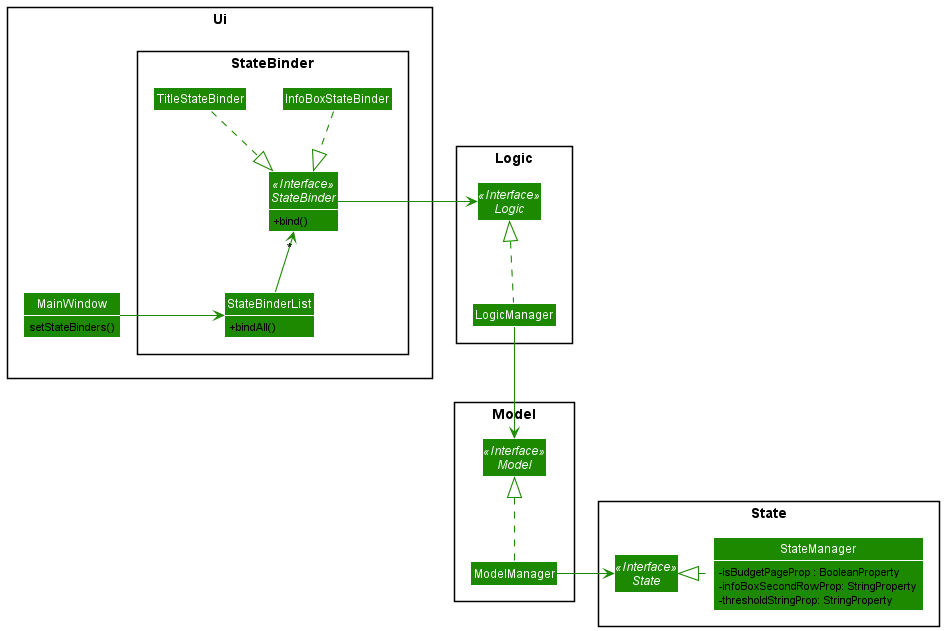
Before: docs/images/StateBinders_State_Class_Diagram.png, a diagram exported from PlantUML (yu-ming-chen/tp).
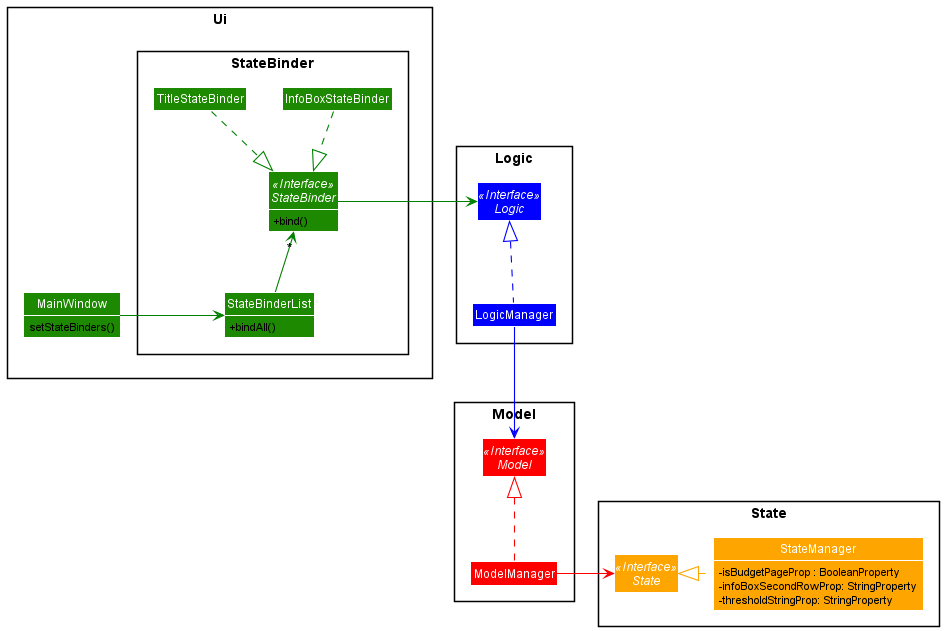
The same diagram one commit later.

Change to the diagram source:
```diff
@@ -1,12 +1,11 @@
 @startuml
 !include style.puml
 skinparam arrowThickness 1.1
-skinparam arrowColor UI_COLOR
 skinparam classBackgroundColor UI_COLOR
 
 Package State {
-Interface State <<Interface>>
-Class StateManager {
+Interface State <<Interface>> #Orange
+Class StateManager #Orange {
     - isBudgetPageProp : BooleanProperty
     - infoBoxSecondRowProp: StringProperty
     - thresholdStringProp: StringProperty
@@ -14,13 +13,13 @@
 }
 
 Package Model {
-Interface Model <<Interface>>
-Class ModelManager
+Interface Model <<Interface>> #Red
+Class ModelManager #Red
 }
 
 Package Logic {
-Interface Logic <<Interface>>
-Class LogicManager
+Interface Logic <<Interface>> #Blue
+Class LogicManager #Blue
 }
 
 Package Ui {
@@ -39,17 +38,17 @@
     }
 }
 
-InfoBoxStateBinder ..|> StateBinder
-TitleStateBinder ..|> StateBinder
-StateBinderList -up-> "*" StateBinder
-MainWindow -right-> StateBinderList
+InfoBoxStateBinder .[#Green].|> StateBinder
+TitleStateBinder .[#Green].|> StateBinder
+StateBinderList -up[#Green]-> "*" StateBinder
+MainWindow -right[#Green]-> StateBinderList
 
-StateBinder -left-> Logic
-LogicManager .up.|> Logic
+StateBinder -left[#Green]-> Logic
+LogicManager .up[#Blue].|> Logic
 
-LogicManager -down-> Model
-ModelManager .up.|> Model
+LogicManager -down[#Blue]-> Model
+ModelManager .up[#Red].|> Model
 
-ModelManager -right-> State
-StateManager .left.|> State
+ModelManager -right[#Red]-> State
+StateManager .left[#Orange].|> State
 @enduml
```
